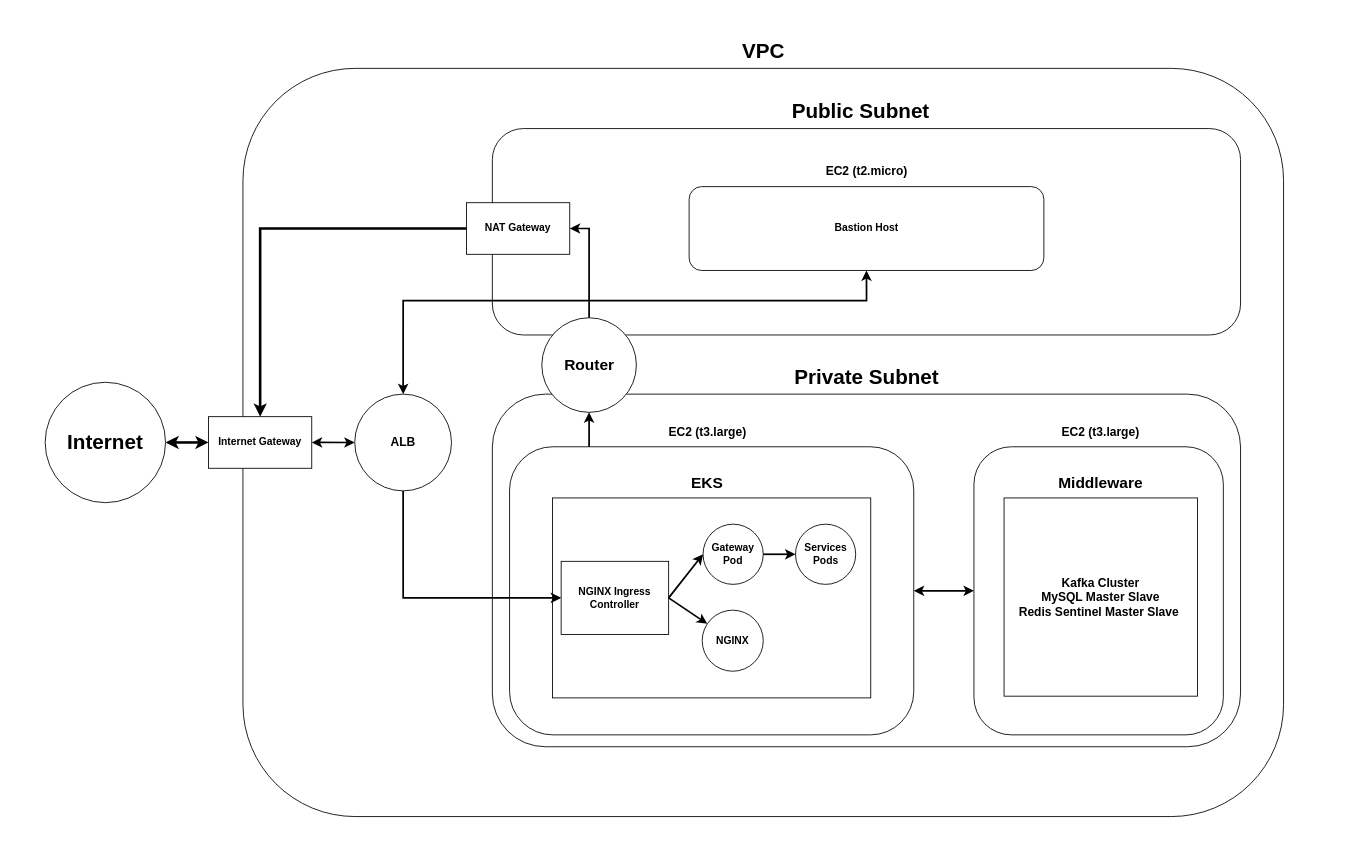
Earlier version of the draw.io diagram backend/SystemDesign/deployment.drawio (xianwew/Microservice-E-Commerce-FullStack). Source tidied: cells renumbered, new cells numbered last; positions are measured from the earlier drawing's top-left corner, leaving out a move shared by most shapes. Both pictures are drawn from the tidied source at 86%, with x=0, y=0 at pixel (15, 15).
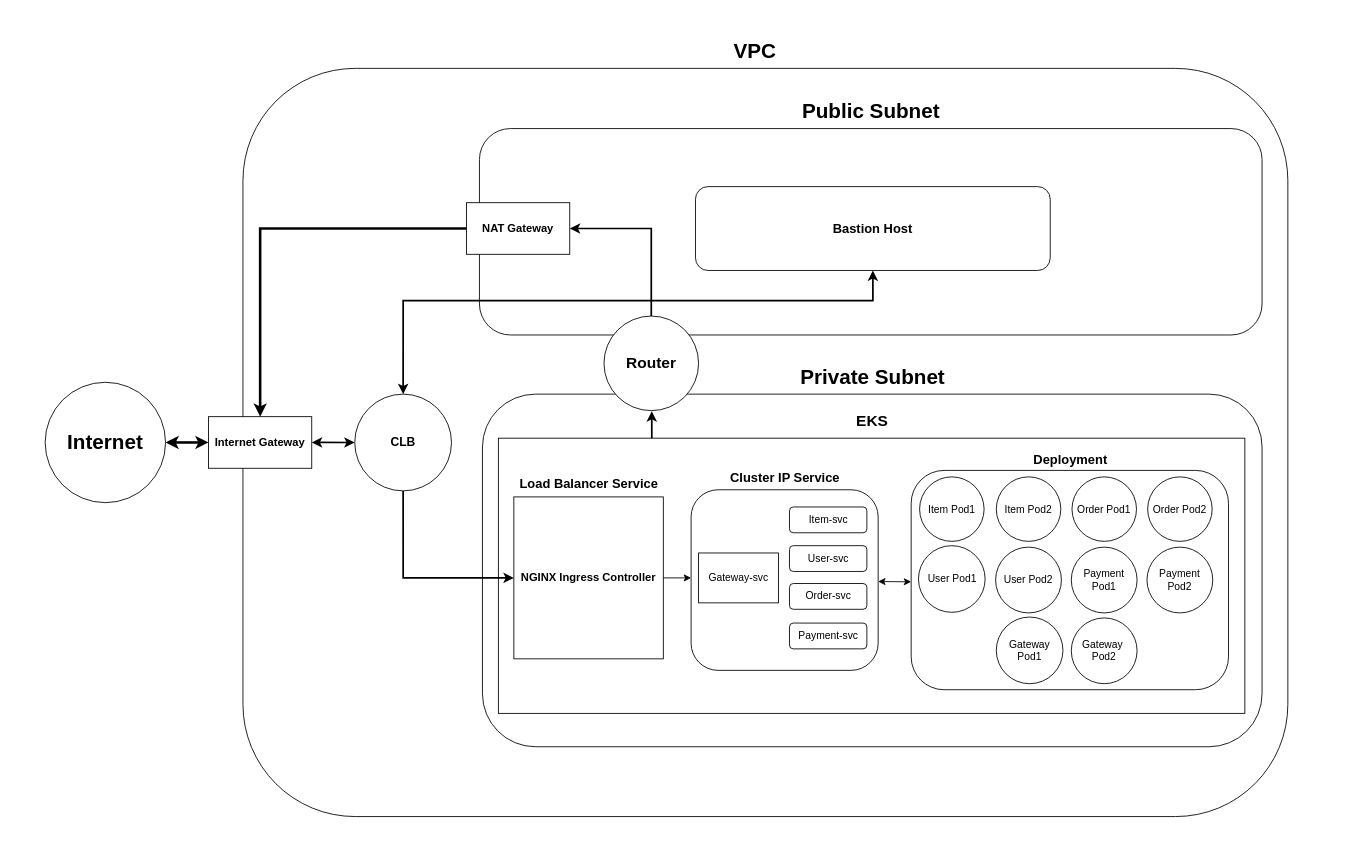
After the change.

Diff of the diagram source:
```diff
@@
     <mxCell id="2" style="rounded=0;whiteSpace=wrap;html=1;strokeColor=none;" parent="1" vertex="1">
-      <mxGeometry y="-0.5" width="1520" height="970" as="geometry" />
+      <mxGeometry x="10" y="2" width="1520" height="960" as="geometry" />
     </mxCell>
     <mxCell id="3" style="rounded=1;whiteSpace=wrap;html=1;" parent="1" vertex="1">
-      <mxGeometry x="265" y="62" width="1210" height="870" as="geometry" />
+      <mxGeometry x="265" y="62" width="1215" height="870" as="geometry" />
     </mxCell>
     <mxCell id="4" value="VPC" style="text;strokeColor=none;fillColor=none;html=1;fontSize=24;fontStyle=1;verticalAlign=middle;align=center;" parent="1" vertex="1">
-      <mxGeometry x="820" y="22" width="100" height="40" as="geometry" />
+      <mxGeometry x="810" y="22" width="100" height="40" as="geometry" />
     </mxCell>
     <mxCell id="5" style="rounded=1;whiteSpace=wrap;html=1;" parent="1" vertex="1">
-      <mxGeometry x="555" y="132" width="870" height="240" as="geometry" />
+      <mxGeometry x="540" y="132" width="910" height="240" as="geometry" />
     </mxCell>
     <mxCell id="6" style="rounded=1;whiteSpace=wrap;html=1;" parent="1" vertex="1">
-      <mxGeometry x="555" y="440.8" width="870" height="410" as="geometry" />
+      <mxGeometry x="543.5" y="440.8" width="906.5" height="410" as="geometry" />
     </mxCell>
@@
     <mxCell id="8" value="&lt;b&gt;&lt;font style=&quot;font-size: 18px;&quot;&gt;Router&lt;/font&gt;&lt;/b&gt;" style="ellipse;whiteSpace=wrap;html=1;" parent="1" vertex="1">
-      <mxGeometry x="612.5" y="352" width="110" height="110" as="geometry" />
+      <mxGeometry x="684.8" y="350" width="110" height="110" as="geometry" />
     </mxCell>
     <mxCell id="9" value="Public Subnet" style="text;strokeColor=none;fillColor=none;html=1;fontSize=24;fontStyle=1;verticalAlign=middle;align=center;" parent="1" vertex="1">
-      <mxGeometry x="875" y="92" width="215" height="40" as="geometry" />
+      <mxGeometry x="887.5" y="92" width="215" height="40" as="geometry" />
     </mxCell>
     <mxCell id="10" value="Private Subnet" style="text;strokeColor=none;fillColor=none;html=1;fontSize=24;fontStyle=1;verticalAlign=middle;align=center;" parent="1" vertex="1">
-      <mxGeometry x="882.5" y="400.8" width="215" height="40" as="geometry" />
+      <mxGeometry x="889.2" y="400.8" width="215" height="40" as="geometry" />
     </mxCell>
-    <mxCell id="11" value="&lt;b&gt;Internet Gateway&lt;/b&gt;" style="rounded=0;whiteSpace=wrap;html=1;" parent="1" vertex="1">
+    <mxCell id="11" value="&lt;b&gt;&lt;font style=&quot;font-size: 13px;&quot;&gt;Internet Gateway&lt;/font&gt;&lt;/b&gt;" style="rounded=0;whiteSpace=wrap;html=1;" parent="1" vertex="1">
       <mxGeometry x="225" y="467" width="120" height="60" as="geometry" />
     </mxCell>
-    <mxCell id="12" style="edgeStyle=orthogonalEdgeStyle;rounded=0;jettySize=auto;html=1;strokeWidth=2;exitX=0.087;exitY=0;exitDx=0;exitDy=0;exitPerimeter=0;" parent="1" edge="1" source="15" target="8">
-      <mxGeometry relative="1" as="geometry" />
+    <mxCell id="12" style="edgeStyle=orthogonalEdgeStyle;rounded=0;jettySize=auto;html=1;strokeWidth=2;exitX=0.225;exitY=0.009;exitDx=0;exitDy=0;exitPerimeter=0;entryX=0.505;entryY=1.006;entryDx=0;entryDy=0;entryPerimeter=0;" parent="1" edge="1" target="8">
+      <mxGeometry relative="1" as="geometry">
+        <mxPoint x="740.4" y="504.3" as="sourcePoint" />
+        <Array as="points">
+          <mxPoint x="740" y="482" />
+          <mxPoint x="740" y="482" />
+        </Array>
+      </mxGeometry>
     </mxCell>
-    <mxCell id="13" style="edgeStyle=orthogonalEdgeStyle;rounded=0;jettySize=auto;html=1;exitX=1;exitY=0.5;exitDx=0;exitDy=0;entryX=0;entryY=0.5;entryDx=0;entryDy=0;startArrow=classic;startFill=1;strokeWidth=2;" parent="1" edge="1" source="14" target="30">
-      <mxGeometry relative="1" as="geometry" />
-    </mxCell>
-    <mxCell id="14" style="rounded=1;whiteSpace=wrap;html=1;" parent="1" vertex="1">
-      <mxGeometry x="575" y="502" width="470" height="335" as="geometry" />
-    </mxCell>
     <mxCell id="15" style="rounded=0;whiteSpace=wrap;html=1;" parent="1" vertex="1">
-      <mxGeometry x="625" y="561.5" width="370" height="232.5" as="geometry" />
+      <mxGeometry x="562" y="492" width="868" height="320" as="geometry" />
     </mxCell>
@@
-    <mxCell id="17" value="&lt;b&gt;NAT Gateway&lt;/b&gt;" style="rounded=0;whiteSpace=wrap;html=1;" parent="1" vertex="1">
+    <mxCell id="17" value="&lt;b&gt;&lt;font style=&quot;font-size: 13px;&quot;&gt;NAT Gateway&lt;/font&gt;&lt;/b&gt;" style="rounded=0;whiteSpace=wrap;html=1;" parent="1" vertex="1">
       <mxGeometry x="525" y="218.2" width="120" height="60" as="geometry" />
     </mxCell>
-    <mxCell id="18" value="&lt;b&gt;NGINX Ingress Controller&lt;/b&gt;" style="rounded=0;whiteSpace=wrap;html=1;" parent="1" vertex="1">
-      <mxGeometry x="635" y="635.2" width="125" height="85" as="geometry" />
+    <mxCell id="18" value="&lt;b&gt;&lt;font style=&quot;font-size: 13px;&quot;&gt;NGINX Ingress Controller&lt;/font&gt;&lt;/b&gt;" style="rounded=0;whiteSpace=wrap;html=1;" parent="1" vertex="1">
+      <mxGeometry x="580" y="560.3" width="173.8" height="188.3" as="geometry" />
     </mxCell>
@@
-    <mxCell id="20" value="&lt;b&gt;Gateway Pod&lt;/b&gt;" style="ellipse;whiteSpace=wrap;html=1;" parent="1" vertex="1">
-      <mxGeometry x="800" y="592" width="70" height="70" as="geometry" />
-    </mxCell>
     <mxCell id="21" value="&lt;b&gt;&lt;font style=&quot;font-size: 18px;&quot;&gt;EKS&lt;/font&gt;&lt;/b&gt;" style="text;html=1;align=center;verticalAlign=middle;whiteSpace=wrap;rounded=0;" parent="1" vertex="1">
-      <mxGeometry x="750" y="527" width="110" height="34.5" as="geometry" />
+      <mxGeometry x="941.8" y="454.8" width="110" height="34.5" as="geometry" />
     </mxCell>
-    <mxCell id="22" value="&lt;font style=&quot;font-size: 14px;&quot;&gt;&lt;b&gt;EC2&lt;/b&gt;&lt;b&gt;&amp;nbsp;(t2.micro)&lt;/b&gt;&lt;/font&gt;" style="text;html=1;align=center;verticalAlign=middle;whiteSpace=wrap;rounded=0;" parent="1" vertex="1">
-      <mxGeometry x="907.5" y="164.5" width="165" height="35" as="geometry" />
-    </mxCell>
-    <mxCell id="23" style="endArrow=classic;html=1;rounded=0;exitX=1;exitY=0.5;exitDx=0;exitDy=0;entryX=0;entryY=0.5;entryDx=0;entryDy=0;strokeWidth=2;" parent="1" edge="1" source="18" target="20">
-      <mxGeometry relative="1" as="geometry" />
-    </mxCell>
     <mxCell id="24" style="edgeStyle=orthogonalEdgeStyle;rounded=0;jettySize=auto;html=1;exitX=0.5;exitY=0;exitDx=0;exitDy=0;entryX=0.5;entryY=1;entryDx=0;entryDy=0;strokeWidth=2;startArrow=classic;startFill=1;" parent="1" edge="1" source="26" target="34">
       <mxGeometry relative="1" as="geometry">
         <Array as="points">
           <mxPoint x="451" y="332" />
-          <mxPoint x="990" y="332" />
+          <mxPoint x="998" y="332" />
+          <mxPoint x="998" y="297" />
         </Array>
       </mxGeometry>
     </mxCell>
@@
-    <mxCell id="26" value="&lt;font style=&quot;font-size: 14px;&quot;&gt;&lt;b&gt;ALB&lt;/b&gt;&lt;/font&gt;" style="ellipse;whiteSpace=wrap;html=1;" parent="1" vertex="1">
+    <mxCell id="26" value="&lt;font style=&quot;font-size: 14px;&quot;&gt;&lt;b&gt;CLB&lt;/b&gt;&lt;/font&gt;" style="ellipse;whiteSpace=wrap;html=1;" parent="1" vertex="1">
       <mxGeometry x="395" y="440.8" width="112.5" height="112.5" as="geometry" />
     </mxCell>
@@
-    <mxCell id="29" value="&lt;font style=&quot;font-size: 14px;&quot;&gt;&lt;b&gt;EC2&lt;/b&gt;&lt;b&gt;&amp;nbsp;(t3.large)&lt;/b&gt;&lt;/font&gt;" style="text;html=1;align=center;verticalAlign=middle;whiteSpace=wrap;rounded=0;" parent="1" vertex="1">
-      <mxGeometry x="722.5" y="467" width="165" height="35" as="geometry" />
-    </mxCell>
-    <mxCell id="30" style="rounded=1;whiteSpace=wrap;html=1;" parent="1" vertex="1">
-      <mxGeometry x="1115" y="502" width="290" height="335" as="geometry" />
-    </mxCell>
-    <mxCell id="31" value="&lt;font style=&quot;font-size: 14px;&quot;&gt;&lt;b&gt;EC2&lt;/b&gt;&lt;b&gt;&amp;nbsp;(t3.large)&lt;/b&gt;&lt;/font&gt;" style="text;html=1;align=center;verticalAlign=middle;whiteSpace=wrap;rounded=0;" parent="1" vertex="1">
-      <mxGeometry x="1180" y="467" width="165" height="35" as="geometry" />
-    </mxCell>
-    <mxCell id="32" value="&lt;b&gt;&lt;font style=&quot;font-size: 14px;&quot;&gt;Kafka Cluster&lt;br&gt;MySQL Master Slave&lt;br&gt;Redis Sentinel Master Slave&amp;nbsp;&lt;/font&gt;&lt;/b&gt;" style="rounded=0;whiteSpace=wrap;html=1;" parent="1" vertex="1">
-      <mxGeometry x="1150" y="561.5" width="225" height="230.5" as="geometry" />
-    </mxCell>
-    <mxCell id="33" value="&lt;font style=&quot;font-size: 18px;&quot;&gt;&lt;b&gt;Middleware&lt;/b&gt;&lt;/font&gt;" style="text;html=1;align=center;verticalAlign=middle;whiteSpace=wrap;rounded=0;" parent="1" vertex="1">
-      <mxGeometry x="1201.2" y="528.8" width="122.5" height="32.8" as="geometry" />
-    </mxCell>
-    <mxCell id="34" value="&lt;b&gt;Bastion Host&lt;/b&gt;" style="rounded=1;whiteSpace=wrap;html=1;" parent="1" vertex="1">
-      <mxGeometry x="783.8" y="199.5" width="412.5" height="97.5" as="geometry" />
+    <mxCell id="34" value="&lt;b&gt;&lt;font style=&quot;font-size: 15px;&quot;&gt;Bastion Host&lt;/font&gt;&lt;/b&gt;" style="rounded=1;whiteSpace=wrap;html=1;" parent="1" vertex="1">
+      <mxGeometry x="791.2" y="199.5" width="412.5" height="97.5" as="geometry" />
     </mxCell>
-    <mxCell id="35" value="&lt;b&gt;NGINX&lt;/b&gt;" style="ellipse;whiteSpace=wrap;html=1;" parent="1" vertex="1">
-      <mxGeometry x="799" y="692" width="71" height="71" as="geometry" />
-    </mxCell>
-    <mxCell id="36" style="endArrow=classic;html=1;rounded=0;strokeWidth=2;exitX=1;exitY=0.5;exitDx=0;exitDy=0;" parent="1" edge="1" source="18" target="35">
-      <mxGeometry relative="1" as="geometry" />
-    </mxCell>
-    <mxCell id="37" value="&lt;b&gt;Services Pods&lt;/b&gt;" style="ellipse;whiteSpace=wrap;html=1;" parent="1" vertex="1">
-      <mxGeometry x="907.5" y="592" width="70" height="70" as="geometry" />
-    </mxCell>
-    <mxCell id="38" style="endArrow=classic;html=1;rounded=0;strokeWidth=2;" parent="1" edge="1" source="20" target="37">
-      <mxGeometry relative="1" as="geometry" />
-    </mxCell>
+    <mxCell id="39" value="&lt;span style=&quot;font-size: 15px;&quot;&gt;Load Balancer Service&lt;/span&gt;" style="text;strokeColor=none;fillColor=none;html=1;fontSize=24;fontStyle=1;verticalAlign=middle;align=center;" parent="1" vertex="1">
+      <mxGeometry x="571.2" y="532.1" width="191.2" height="20.1" as="geometry" />
+    </mxCell>
+    <mxCell id="40" value="&lt;span style=&quot;font-size: 15px;&quot;&gt;Deployment&lt;/span&gt;" style="text;strokeColor=none;fillColor=none;html=1;fontSize=24;fontStyle=1;verticalAlign=middle;align=center;" parent="1" vertex="1">
+      <mxGeometry x="1176.5" y="499.2" width="100" height="29.9" as="geometry" />
+    </mxCell>
+    <mxCell id="41" style="rounded=1;whiteSpace=wrap;html=1;" parent="1" vertex="1">
+      <mxGeometry x="1042" y="529.5" width="369" height="255" as="geometry" />
+    </mxCell>
+    <mxCell id="42" value="Item Pod2" style="ellipse;whiteSpace=wrap;html=1;" parent="1" vertex="1">
+      <mxGeometry x="1141" y="537" width="75" height="75" as="geometry" />
+    </mxCell>
+    <mxCell id="43" value="Item Pod1" style="ellipse;whiteSpace=wrap;html=1;" parent="1" vertex="1">
+      <mxGeometry x="1051.8" y="537" width="75" height="75" as="geometry" />
+    </mxCell>
+    <mxCell id="44" value="User Pod2" style="ellipse;whiteSpace=wrap;html=1;" parent="1" vertex="1">
+      <mxGeometry x="1140.2" y="618.7" width="76.5" height="76.5" as="geometry" />
+    </mxCell>
+    <mxCell id="45" value="User Pod1" style="ellipse;whiteSpace=wrap;html=1;" parent="1" vertex="1">
+      <mxGeometry x="1050.5" y="617" width="77.5" height="77.5" as="geometry" />
+    </mxCell>
+    <mxCell id="46" value="Order Pod1" style="ellipse;whiteSpace=wrap;html=1;" parent="1" vertex="1">
+      <mxGeometry x="1229" y="537" width="75" height="75" as="geometry" />
+    </mxCell>
+    <mxCell id="47" value="Order Pod2" style="ellipse;whiteSpace=wrap;html=1;" parent="1" vertex="1">
+      <mxGeometry x="1317" y="537" width="75" height="75" as="geometry" />
+    </mxCell>
+    <mxCell id="48" value="&lt;font style=&quot;font-size: 15px;&quot;&gt;Cluster IP Service&lt;/font&gt;" style="text;strokeColor=none;fillColor=none;html=1;fontSize=24;fontStyle=1;verticalAlign=middle;align=center;" parent="1" vertex="1">
+      <mxGeometry x="799.2" y="526.1" width="191.2" height="20.1" as="geometry" />
+    </mxCell>
+    <mxCell id="49" style="rounded=1;whiteSpace=wrap;html=1;" parent="1" vertex="1">
+      <mxGeometry x="786.1" y="552" width="217.5" height="210" as="geometry" />
+    </mxCell>
+    <mxCell id="50" value="Item-svc" style="rounded=1;whiteSpace=wrap;html=1;" parent="1" vertex="1">
+      <mxGeometry x="900.5" y="572" width="90" height="30" as="geometry" />
+    </mxCell>
+    <mxCell id="51" value="User-svc" style="rounded=1;whiteSpace=wrap;html=1;" parent="1" vertex="1">
+      <mxGeometry x="900.5" y="617" width="90" height="30" as="geometry" />
+    </mxCell>
+    <mxCell id="52" value="Order-svc" style="rounded=1;whiteSpace=wrap;html=1;" parent="1" vertex="1">
+      <mxGeometry x="900.5" y="661" width="90" height="30" as="geometry" />
+    </mxCell>
+    <mxCell id="53" value="Payment-svc" style="rounded=1;whiteSpace=wrap;html=1;" parent="1" vertex="1">
+      <mxGeometry x="900.5" y="707" width="90" height="30" as="geometry" />
+    </mxCell>
+    <mxCell id="54" value="Payment Pod1" style="ellipse;whiteSpace=wrap;html=1;" parent="1" vertex="1">
+      <mxGeometry x="1228.2" y="618.7" width="76.5" height="76.5" as="geometry" />
+    </mxCell>
+    <mxCell id="55" value="Payment Pod2" style="ellipse;whiteSpace=wrap;html=1;" parent="1" vertex="1">
+      <mxGeometry x="1316.2" y="618.7" width="76.5" height="76.5" as="geometry" />
+    </mxCell>
+    <mxCell id="56" value="Gateway-svc" style="rounded=0;whiteSpace=wrap;html=1;" parent="1" vertex="1">
+      <mxGeometry x="794.8" y="625.5" width="93" height="58" as="geometry" />
+    </mxCell>
+    <mxCell id="57" style="endArrow=classic;html=1;rounded=0;exitX=1;exitY=0.5;exitDx=0;exitDy=0;entryX=0;entryY=0.488;entryDx=0;entryDy=0;entryPerimeter=0;" parent="1" edge="1" source="18" target="49">
+      <mxGeometry relative="1" as="geometry" />
+    </mxCell>
+    <mxCell id="58" style="endArrow=classic;html=1;rounded=0;exitX=1;exitY=0.508;exitDx=0;exitDy=0;entryX=0;entryY=0.508;entryDx=0;entryDy=0;exitPerimeter=0;entryPerimeter=0;startArrow=classic;startFill=1;" parent="1" edge="1" source="49" target="41">
+      <mxGeometry relative="1" as="geometry" />
+    </mxCell>
+    <mxCell id="59" value="Gateway Pod1" style="ellipse;whiteSpace=wrap;html=1;" parent="1" vertex="1">
+      <mxGeometry x="1141" y="700" width="77.5" height="77.5" as="geometry" />
+    </mxCell>
+    <mxCell id="60" value="Gateway&amp;nbsp;&lt;div&gt;Pod2&lt;/div&gt;" style="ellipse;whiteSpace=wrap;html=1;" parent="1" vertex="1">
+      <mxGeometry x="1228.2" y="701" width="76.5" height="76.5" as="geometry" />
+    </mxCell>
```
